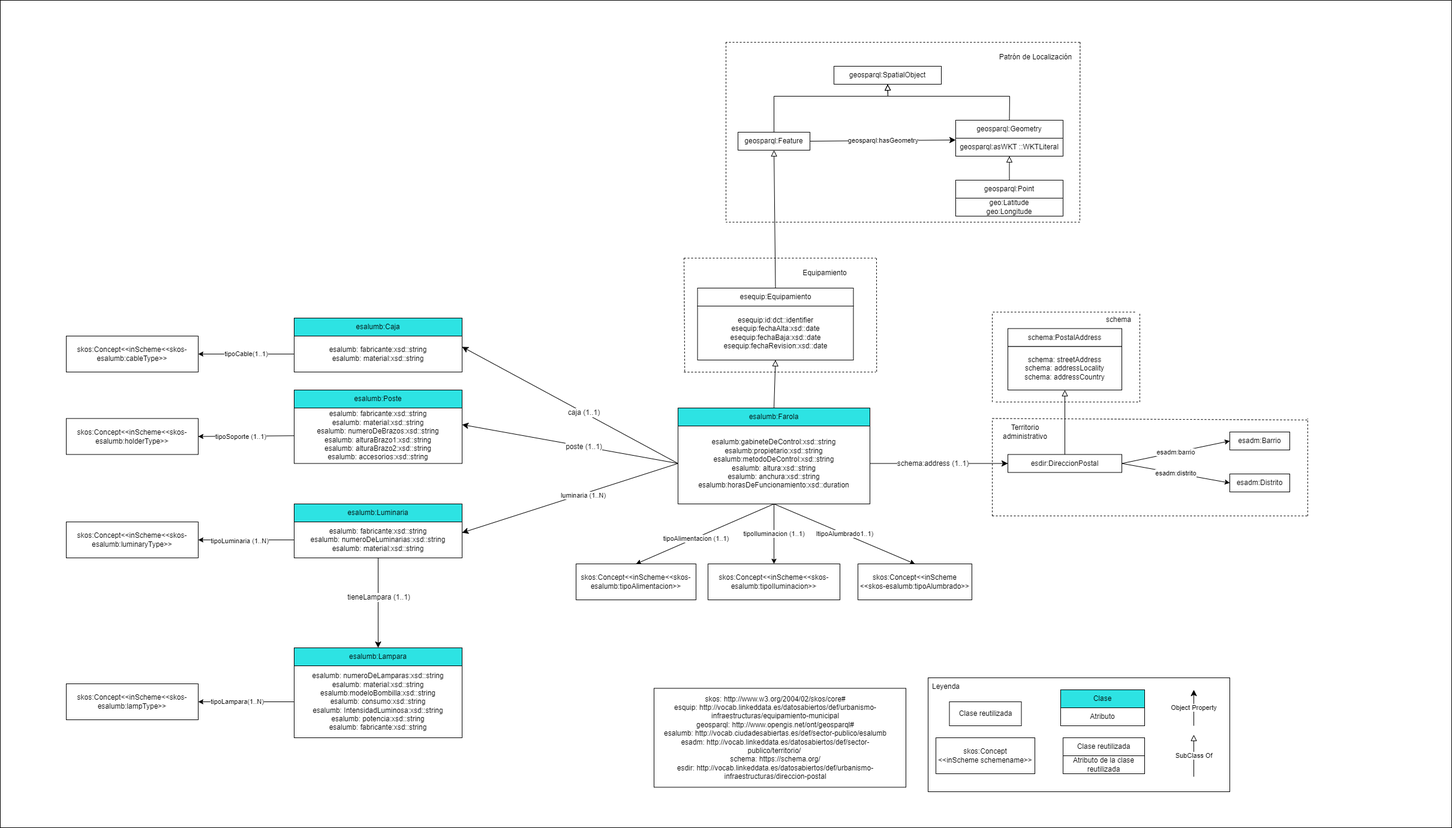
The draw.io diagram v1.0-rc/docs/resources/images/Diagrama Alumbrado.png in opencitydata/urbanismo-infraestructuras-alumbrado-publico, before a commit. Source tidied: cells renumbered, new cells last; positions are measured from the earlier drawing's top-left corner, leaving out a move shared by most shapes.
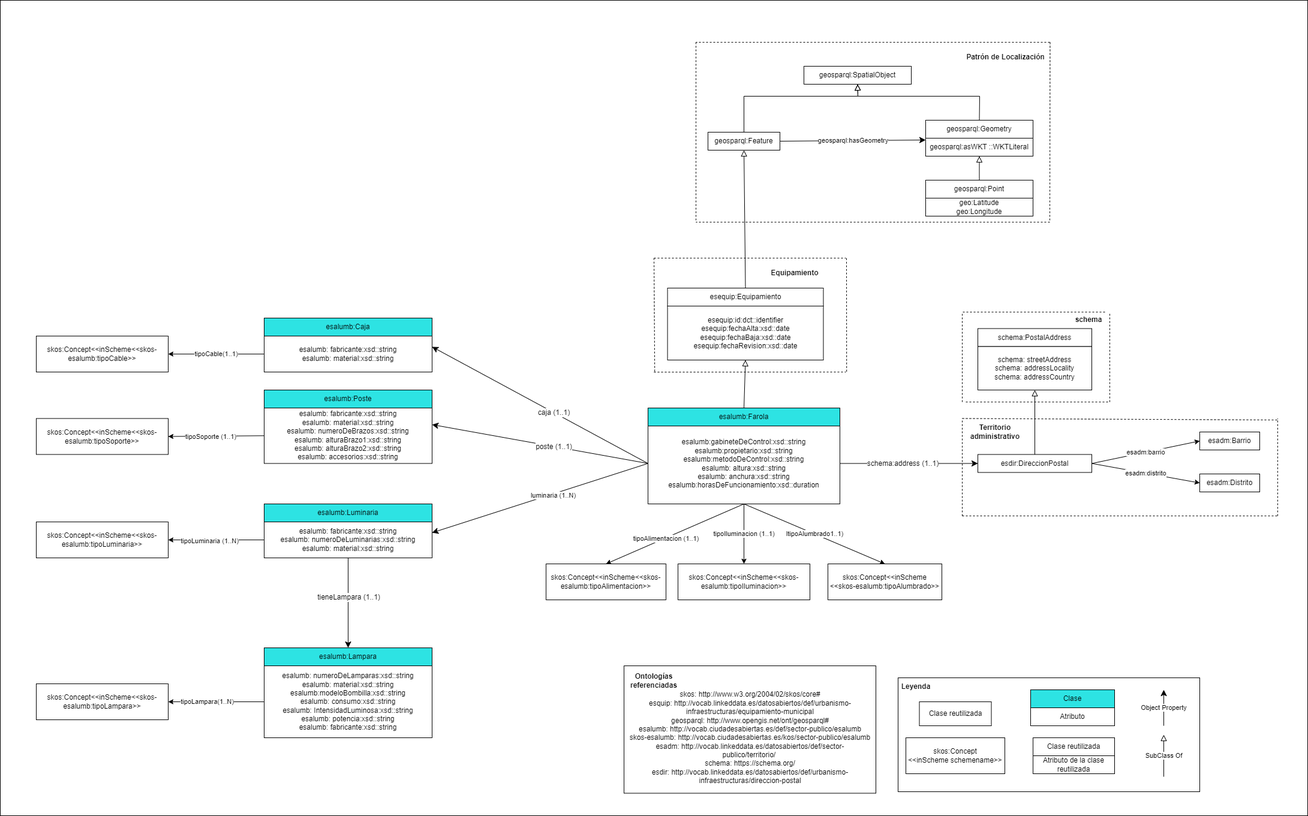
Later version of the same file.

The edit, as a diff of the source:
```diff
@@ -2,9 +2,9 @@
   <root>
     <mxCell id="0" />
     <mxCell id="1" parent="0" />
-    <mxCell id="2" style="rounded=0;whiteSpace=wrap;html=1;" parent="1" vertex="1">
-      <mxGeometry width="2420" height="1380" as="geometry" />
-    </mxCell>
+    <mxCell id="97" style="rounded=0;whiteSpace=wrap;html=1;" parent="1" vertex="1">
+      <mxGeometry x="50" width="2180" height="1360" as="geometry" />
+    </mxCell>
     <mxCell id="3" value="&lt;span&gt;esalumb:gabineteDeControl:xsd::string&lt;/span&gt;&lt;u&gt;&lt;br&gt;&lt;/u&gt;esalumb:propietario:xsd::string&lt;br&gt;esalumb:metodoDeControl:xsd::string&lt;br&gt;esalumb: altura:xsd::string&lt;br&gt;esalumb: anchura:xsd::string&lt;br&gt;esalumb:horasDeFuncionamiento:xsd::duration&lt;span&gt;&lt;br&gt;&lt;/span&gt;" style="rounded=0;whiteSpace=wrap;html=1;snapToPoint=1;points=[[0.1,0],[0.2,0],[0.3,0],[0.4,0],[0.5,0],[0.6,0],[0.7,0],[0.8,0],[0.9,0],[0,0.1],[0,0.3],[0,0.5],[0,0.7],[0,0.9],[0.1,1],[0.2,1],[0.3,1],[0.4,1],[0.5,1],[0.6,1],[0.7,1],[0.8,1],[0.9,1],[1,0.1],[1,0.3],[1,0.5],[1,0.7],[1,0.9]];" parent="1" vertex="1">
       <mxGeometry x="1130" y="705" width="320" height="135" as="geometry" />
     </mxCell>
@@ -123,7 +123,7 @@
         <mxPoint x="1990" y="1225" as="targetPoint" />
       </mxGeometry>
     </mxCell>
-    <mxCell id="39" value="Leyenda" style="text;html=1;strokeColor=none;fillColor=none;align=center;verticalAlign=middle;whiteSpace=wrap;rounded=0;" parent="1" vertex="1">
+    <mxCell id="39" value="&lt;b&gt;Leyenda&lt;/b&gt;" style="text;html=1;strokeColor=none;fillColor=none;align=center;verticalAlign=middle;whiteSpace=wrap;rounded=0;" parent="1" vertex="1">
       <mxGeometry x="1547" y="1130" width="60" height="30" as="geometry" />
     </mxCell>
     <mxCell id="40" value="esequip:Equipamiento" style="rounded=0;whiteSpace=wrap;html=1;snapToPoint=1;points=[[0.1,0],[0.2,0],[0.3,0],[0.4,0],[0.5,0],[0.6,0],[0.7,0],[0.8,0],[0.9,0],[0,0.1],[0,0.3],[0,0.5],[0,0.7],[0,0.9],[0.1,1],[0.2,1],[0.3,1],[0.4,1],[0.5,1],[0.6,1],[0.7,1],[0.8,1],[0.9,1],[1,0.1],[1,0.3],[1,0.5],[1,0.7],[1,0.9]];" parent="1" vertex="1">
@@ -138,10 +138,10 @@
     <mxCell id="43" style="endArrow=block;html=1;fontColor=#000099;endFill=0;endSize=8;arcSize=0;rounded=0;entryX=0.5;entryY=1;entryDx=0;entryDy=0;exitX=0.5;exitY=0;exitDx=0;exitDy=0;" parent="1" edge="1" source="4" target="46">
       <mxGeometry relative="1" as="geometry" />
     </mxCell>
-    <mxCell id="44" value="Patrón de Localización" style="text;html=1;strokeColor=none;fillColor=none;align=center;verticalAlign=middle;whiteSpace=wrap;rounded=0;" parent="1" vertex="1">
+    <mxCell id="44" value="&lt;b&gt;Patrón de Localización&lt;/b&gt;" style="text;html=1;strokeColor=none;fillColor=none;align=center;verticalAlign=middle;whiteSpace=wrap;rounded=0;" parent="1" vertex="1">
       <mxGeometry x="1656" y="80" width="140.5" height="30" as="geometry" />
     </mxCell>
-    <mxCell id="45" value="Equipamiento" style="text;html=1;strokeColor=none;fillColor=none;align=center;verticalAlign=middle;whiteSpace=wrap;rounded=0;" parent="1" vertex="1">
+    <mxCell id="45" value="&lt;b&gt;Equipamiento&lt;/b&gt;" style="text;html=1;strokeColor=none;fillColor=none;align=center;verticalAlign=middle;whiteSpace=wrap;rounded=0;" parent="1" vertex="1">
       <mxGeometry x="1320" y="440" width="110" height="30" as="geometry" />
     </mxCell>
     <mxCell id="46" value="esequip:id:dct::identifier&lt;br&gt;esequip:fechaAlta:xsd::date&lt;br&gt;esequip:fechaBaja:xsd::date&lt;br&gt;esequip:fechaRevision:xsd::date" style="rounded=0;whiteSpace=wrap;html=1;snapToPoint=1;points=[[0.1,0],[0.2,0],[0.3,0],[0.4,0],[0.5,0],[0.6,0],[0.7,0],[0.8,0],[0.9,0],[0,0.1],[0,0.3],[0,0.5],[0,0.7],[0,0.9],[0.1,1],[0.2,1],[0.3,1],[0.4,1],[0.5,1],[0.6,1],[0.7,1],[0.8,1],[0.9,1],[1,0.1],[1,0.3],[1,0.5],[1,0.7],[1,0.9]];" parent="1" vertex="1">
@@ -156,13 +156,13 @@
     <mxCell id="49" value="skos:Concept&amp;lt;&amp;lt;inScheme&amp;lt;&amp;lt;skos-esalumb:tipoAlimentacion&amp;gt;&amp;gt;" style="rounded=0;whiteSpace=wrap;html=1;" parent="1" vertex="1">
       <mxGeometry x="960" y="940" width="200" height="60" as="geometry" />
     </mxCell>
-    <mxCell id="50" value="skos:Concept&amp;lt;&amp;lt;inScheme&amp;lt;&amp;lt;skos-esalumb:holderType&amp;gt;&amp;gt;" style="rounded=0;whiteSpace=wrap;html=1;" parent="1" vertex="1">
+    <mxCell id="50" value="skos:Concept&amp;lt;&amp;lt;inScheme&amp;lt;&amp;lt;skos-esalumb:tipoSoporte&amp;gt;&amp;gt;" style="rounded=0;whiteSpace=wrap;html=1;" parent="1" vertex="1">
       <mxGeometry x="110" y="697.5" width="220" height="60" as="geometry" />
     </mxCell>
-    <mxCell id="51" value="skos:Concept&amp;lt;&amp;lt;inScheme&amp;lt;&amp;lt;skos-esalumb:luminaryType&amp;gt;&amp;gt;" style="rounded=0;whiteSpace=wrap;html=1;" parent="1" vertex="1">
+    <mxCell id="51" value="skos:Concept&amp;lt;&amp;lt;inScheme&amp;lt;&amp;lt;skos-esalumb:tipoLuminaria&amp;gt;&amp;gt;" style="rounded=0;whiteSpace=wrap;html=1;" parent="1" vertex="1">
       <mxGeometry x="110" y="870" width="220" height="60" as="geometry" />
     </mxCell>
-    <mxCell id="52" value="skos:Concept&amp;lt;&amp;lt;inScheme&amp;lt;&amp;lt;skos-esalumb:lampType&amp;gt;&amp;gt;" style="rounded=0;whiteSpace=wrap;html=1;" parent="1" vertex="1">
+    <mxCell id="52" value="skos:Concept&amp;lt;&amp;lt;inScheme&amp;lt;&amp;lt;skos-esalumb:tipoLampara&amp;gt;&amp;gt;" style="rounded=0;whiteSpace=wrap;html=1;" parent="1" vertex="1">
       <mxGeometry x="110" y="1140" width="220" height="60" as="geometry" />
     </mxCell>
     <mxCell id="53" style="edgeStyle=orthogonalEdgeStyle;rounded=0;orthogonalLoop=1;jettySize=auto;html=1;exitX=0.5;exitY=1;exitDx=0;exitDy=0;" parent="1" edge="1" source="48" target="48">
@@ -207,7 +207,7 @@
     <mxCell id="64" value="skos:Concept&lt;br&gt;&amp;lt;&amp;lt;inScheme schemename&amp;gt;&amp;gt;" style="rounded=0;whiteSpace=wrap;html=1;" parent="1" vertex="1">
       <mxGeometry x="1560" y="1230" width="165" height="60" as="geometry" />
     </mxCell>
-    <mxCell id="65" value="skos:Concept&amp;lt;&amp;lt;inScheme&amp;lt;&amp;lt;skos-esalumb:cableType&amp;gt;&amp;gt;" style="rounded=0;whiteSpace=wrap;html=1;" parent="1" vertex="1">
+    <mxCell id="65" value="skos:Concept&amp;lt;&amp;lt;inScheme&amp;lt;&amp;lt;skos-esalumb:tipoCable&amp;gt;&amp;gt;" style="rounded=0;whiteSpace=wrap;html=1;" parent="1" vertex="1">
       <mxGeometry x="110" y="560" width="220" height="60" as="geometry" />
     </mxCell>
     <mxCell id="66" value="tipoCable(1..1)" style="endArrow=classic;html=1;rounded=0;exitX=0;exitY=0.5;exitDx=0;exitDy=0;entryX=1;entryY=0.5;entryDx=0;entryDy=0;" parent="1" edge="1" source="7" target="65">
@@ -265,10 +265,10 @@
       </mxGeometry>
     </mxCell>
     <mxCell id="75" style="rounded=0;whiteSpace=wrap;html=1;" parent="1" vertex="1">
-      <mxGeometry x="1090" y="1147.5" width="420" height="165" as="geometry" />
+      <mxGeometry x="1090" y="1110" width="420" height="212.5" as="geometry" />
     </mxCell>
-    <mxCell id="76" value="skos: http://www.w3.org/2004/02/skos/core#&lt;br&gt;esquip: http://vocab.linkeddata.es/datosabiertos/def/urbanismo-infraestructuras/equipamiento-municipal&lt;br&gt;geosparql: http://www.opengis.net/ont/geosparql#&lt;br&gt;esalumb: http://vocab.ciudadesabiertas.es/def/sector-publico/esalumb&lt;br&gt;esadm: http://vocab.linkeddata.es/datosabiertos/def/sector-publico/territorio/&amp;nbsp;&lt;br&gt;schema: https://schema.org/&lt;br&gt;esdir: http://vocab.linkeddata.es/datosabiertos/def/urbanismo-infraestructuras/direccion-postal" style="text;html=1;strokeColor=none;fillColor=none;align=center;verticalAlign=middle;whiteSpace=wrap;rounded=0;" parent="1" vertex="1">
-      <mxGeometry x="1090" y="1150" width="405" height="160" as="geometry" />
+    <mxCell id="76" value="skos: http://www.w3.org/2004/02/skos/core#&lt;br&gt;esquip: http://vocab.linkeddata.es/datosabiertos/def/urbanismo-infraestructuras/equipamiento-municipal&lt;br&gt;geosparql: http://www.opengis.net/ont/geosparql#&lt;br&gt;esalumb: http://vocab.ciudadesabiertas.es/def/sector-publico/esalumb&lt;br&gt;skos-esalumb: http://vocab.ciudadesabiertas.es/kos/sector-publico/esalumb&lt;br&gt;esadm: http://vocab.linkeddata.es/datosabiertos/def/sector-publico/territorio/&amp;nbsp;&lt;br&gt;schema: https://schema.org/&lt;br&gt;esdir: http://vocab.linkeddata.es/datosabiertos/def/urbanismo-infraestructuras/direccion-postal" style="text;html=1;strokeColor=none;fillColor=none;align=center;verticalAlign=middle;whiteSpace=wrap;rounded=0;" parent="1" vertex="1">
+      <mxGeometry x="1097.5" y="1150" width="405" height="160" as="geometry" />
     </mxCell>
     <mxCell id="77" value="schema:PostalAddress" style="rounded=0;whiteSpace=wrap;html=1;fillColor=#FFFFFF;" parent="1" vertex="1">
       <mxGeometry x="1680" y="547.5" width="190" height="30" as="geometry" />
@@ -318,7 +318,7 @@
         <mxPoint x="2180" y="700" as="targetPoint" />
       </mxGeometry>
     </mxCell>
-    <mxCell id="89" value="Territorio administrativo" style="text;html=1;strokeColor=none;fillColor=none;align=center;verticalAlign=middle;whiteSpace=wrap;rounded=0;" parent="1" vertex="1">
+    <mxCell id="89" value="&lt;b&gt;Territorio administrativo&lt;/b&gt;" style="text;html=1;strokeColor=none;fillColor=none;align=center;verticalAlign=middle;whiteSpace=wrap;rounded=0;" parent="1" vertex="1">
       <mxGeometry x="1654" y="705" width="110" height="30" as="geometry" />
     </mxCell>
     <mxCell id="90" style="endArrow=none;dashed=1;html=1;rounded=0;" parent="1" edge="1">
@@ -345,7 +345,7 @@
         <mxPoint x="1895" y="520" as="targetPoint" />
       </mxGeometry>
     </mxCell>
-    <mxCell id="94" value="schema" style="text;html=1;strokeColor=none;fillColor=none;align=center;verticalAlign=middle;whiteSpace=wrap;rounded=0;" parent="1" vertex="1">
+    <mxCell id="94" value="&lt;b&gt;schema&lt;/b&gt;" style="text;html=1;strokeColor=none;fillColor=none;align=center;verticalAlign=middle;whiteSpace=wrap;rounded=0;" parent="1" vertex="1">
       <mxGeometry x="1835" y="517.5" width="60" height="30" as="geometry" />
     </mxCell>
     <mxCell id="95" style="endArrow=block;html=1;fontColor=#000099;endFill=0;endSize=8;arcSize=0;rounded=0;entryX=0.5;entryY=1;entryDx=0;entryDy=0;exitX=0.5;exitY=0;exitDx=0;exitDy=0;" parent="1" edge="1" source="23" target="30">
@@ -364,5 +364,8 @@
         </Array>
       </mxGeometry>
     </mxCell>
+    <mxCell id="98" value="&lt;b&gt;Ontologías referenciadas&lt;/b&gt;" style="text;html=1;strokeColor=none;fillColor=none;align=center;verticalAlign=middle;whiteSpace=wrap;rounded=0;" parent="1" vertex="1">
+      <mxGeometry x="1110" y="1120" width="60" height="30" as="geometry" />
+    </mxCell>
   </root>
 </mxGraphModel>
```
